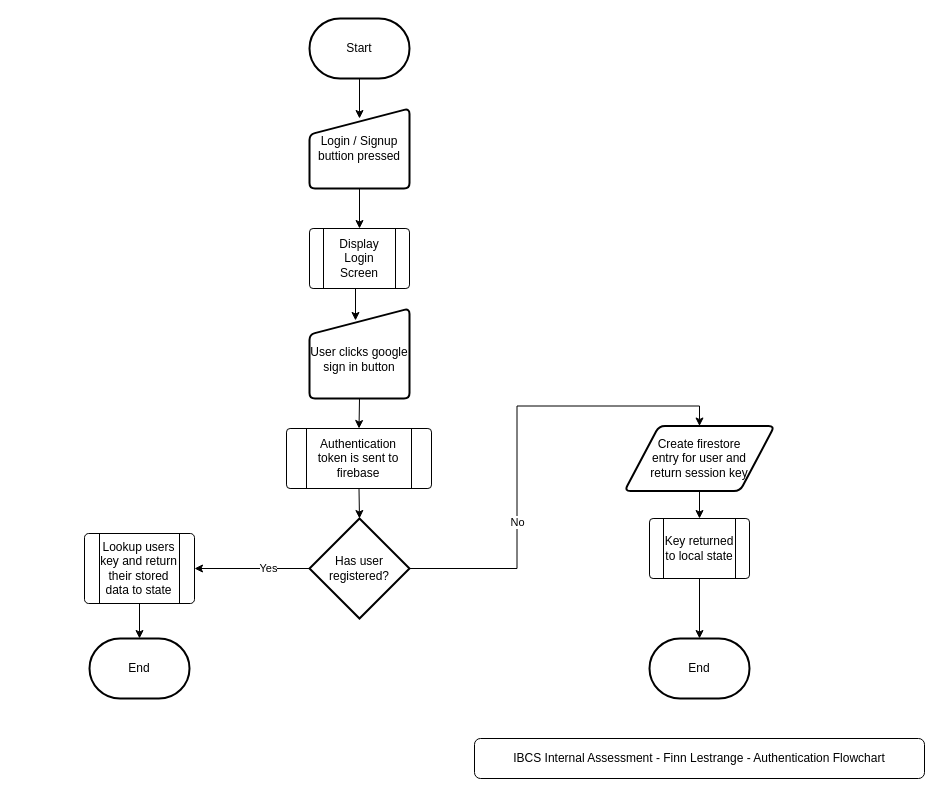
Earlier version of the draw.io diagram Diagrams and Flowcharts/Authentication.drawio (71xn/ibcs-ia). Source tidied: cells renumbered, new cells numbered last; positions are measured from the earlier drawing's top-left corner, leaving out a move shared by most shapes. Both pictures are drawn from the tidied source at 100%, with x=0, y=0 at pixel (84, 18).
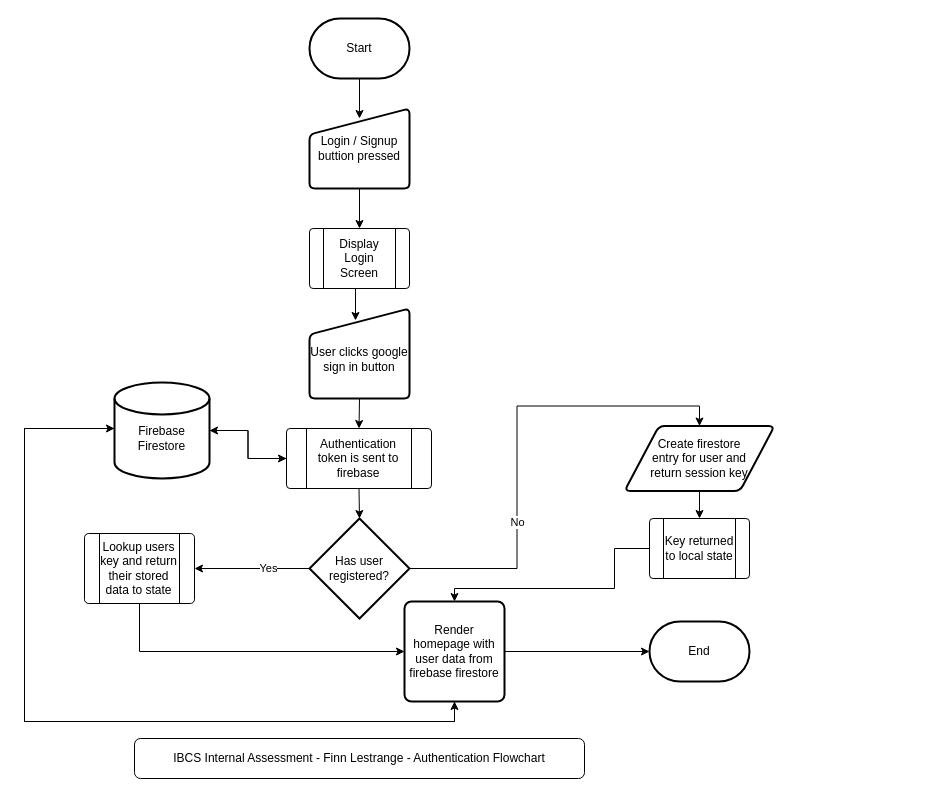
Above is the later version.

The change refers to these unchanged cells:
```xml
<mxCell id="12" value="Authentication token is sent to firebase" style="verticalLabelPosition=middle;verticalAlign=middle;html=1;shape=process;whiteSpace=wrap;rounded=1;size=0.14;arcSize=6;labelPosition=center;align=center;" parent="1" vertex="1">
  <mxGeometry x="202" y="410" width="145" height="60" as="geometry" />
</mxCell>
<mxCell id="21" value="Key returned to local state" style="verticalLabelPosition=middle;verticalAlign=middle;html=1;shape=process;whiteSpace=wrap;rounded=1;size=0.14;arcSize=6;labelPosition=center;align=center;" parent="1" vertex="1">
  <mxGeometry x="565" y="500" width="100" height="60" as="geometry" />
</mxCell>
<mxCell id="24" value="Lookup users key and return their stored data to state" style="verticalLabelPosition=middle;verticalAlign=middle;html=1;shape=process;whiteSpace=wrap;rounded=1;size=0.14;arcSize=6;labelPosition=center;align=center;" parent="1" vertex="1">
  <mxGeometry y="515" width="110" height="70" as="geometry" />
</mxCell>
```

The edit, as a diff of the source:
```diff
@@
     <mxCell id="2" value="IBCS Internal Assessment - Finn Lestrange - Authentication Flowchart" style="rounded=1;whiteSpace=wrap;html=1;" parent="1" vertex="1">
-      <mxGeometry x="390" y="720" width="450" height="40" as="geometry" />
+      <mxGeometry x="50" y="720" width="450" height="40" as="geometry" />
     </mxCell>
@@
+    <mxCell id="26" style="edgeStyle=orthogonalEdgeStyle;rounded=0;jettySize=auto;html=1;exitX=0;exitY=0.5;exitDx=0;exitDy=0;entryX=1;entryY=0.5;entryDx=0;entryDy=0;entryPerimeter=0;" parent="1" edge="1" source="12" target="30">
+      <mxGeometry relative="1" as="geometry" />
+    </mxCell>
@@
-    <mxCell id="20" style="edgeStyle=orthogonalEdgeStyle;rounded=0;jettySize=auto;html=1;exitX=0.5;exitY=1;exitDx=0;exitDy=0;entryX=0.5;entryY=0;entryDx=0;entryDy=0;entryPerimeter=0;" parent="1" edge="1" source="21" target="22">
-      <mxGeometry relative="1" as="geometry" />
-    </mxCell>
+    <mxCell id="27" style="edgeStyle=orthogonalEdgeStyle;rounded=0;jettySize=auto;html=1;exitX=0;exitY=0.5;exitDx=0;exitDy=0;entryX=0.5;entryY=0;entryDx=0;entryDy=0;" parent="1" edge="1" source="21" target="33">
+      <mxGeometry relative="1" as="geometry">
+        <Array as="points">
+          <mxPoint x="530" y="530" />
+          <mxPoint x="530" y="570" />
+          <mxPoint x="370" y="570" />
+        </Array>
+      </mxGeometry>
+    </mxCell>
@@
     <mxCell id="22" value="End" style="strokeWidth=2;html=1;shape=mxgraph.flowchart.terminator;whiteSpace=wrap;" parent="1" vertex="1">
-      <mxGeometry x="565" y="620" width="100" height="60" as="geometry" />
+      <mxGeometry x="565" y="603" width="100" height="60" as="geometry" />
     </mxCell>
-    <mxCell id="23" style="edgeStyle=orthogonalEdgeStyle;rounded=0;jettySize=auto;html=1;exitX=0.5;exitY=1;exitDx=0;exitDy=0;entryX=0.5;entryY=0;entryDx=0;entryDy=0;entryPerimeter=0;" parent="1" edge="1" source="24" target="25">
+    <mxCell id="23" style="edgeStyle=orthogonalEdgeStyle;rounded=0;jettySize=auto;html=1;exitX=0.5;exitY=1;exitDx=0;exitDy=0;entryX=0;entryY=0.5;entryDx=0;entryDy=0;" parent="1" edge="1" source="24" target="33">
       <mxGeometry relative="1" as="geometry" />
     </mxCell>
@@
-    <mxCell id="25" value="End" style="strokeWidth=2;html=1;shape=mxgraph.flowchart.terminator;whiteSpace=wrap;" parent="1" vertex="1">
-      <mxGeometry x="5" y="620" width="100" height="60" as="geometry" />
-    </mxCell>
+    <mxCell id="28" style="edgeStyle=orthogonalEdgeStyle;rounded=0;jettySize=auto;html=1;exitX=1;exitY=0.5;exitDx=0;exitDy=0;exitPerimeter=0;entryX=0;entryY=0.5;entryDx=0;entryDy=0;" parent="1" edge="1" source="30" target="12">
+      <mxGeometry relative="1" as="geometry" />
+    </mxCell>
+    <mxCell id="29" style="edgeStyle=orthogonalEdgeStyle;rounded=0;jettySize=auto;html=1;entryX=0.5;entryY=1;entryDx=0;entryDy=0;" parent="1" edge="1" source="30" target="33">
+      <mxGeometry relative="1" as="geometry">
+        <Array as="points">
+          <mxPoint x="-60" y="410" />
+          <mxPoint x="-60" y="703" />
+          <mxPoint x="370" y="703" />
+        </Array>
+      </mxGeometry>
+    </mxCell>
+    <mxCell id="30" value="Firebase&lt;br&gt;Firestore" style="strokeWidth=2;html=1;shape=mxgraph.flowchart.database;whiteSpace=wrap;spacingTop=15;" parent="1" vertex="1">
+      <mxGeometry x="30" y="364" width="95" height="96" as="geometry" />
+    </mxCell>
+    <mxCell id="31" style="edgeStyle=orthogonalEdgeStyle;rounded=0;jettySize=auto;html=1;exitX=0.5;exitY=1;exitDx=0;exitDy=0;entryX=0;entryY=0.479;entryDx=0;entryDy=0;entryPerimeter=0;" parent="1" edge="1" source="33" target="30">
+      <mxGeometry relative="1" as="geometry">
+        <Array as="points">
+          <mxPoint x="370" y="703" />
+          <mxPoint x="-60" y="703" />
+          <mxPoint x="-60" y="410" />
+        </Array>
+      </mxGeometry>
+    </mxCell>
+    <mxCell id="32" style="edgeStyle=orthogonalEdgeStyle;rounded=0;jettySize=auto;html=1;exitX=1;exitY=0.5;exitDx=0;exitDy=0;entryX=0;entryY=0.5;entryDx=0;entryDy=0;entryPerimeter=0;" parent="1" edge="1" source="33" target="22">
+      <mxGeometry relative="1" as="geometry" />
+    </mxCell>
+    <mxCell id="33" value="Render homepage with user data from firebase firestore" style="rounded=1;whiteSpace=wrap;html=1;absoluteArcSize=1;arcSize=14;strokeWidth=2;" parent="1" vertex="1">
+      <mxGeometry x="320" y="583" width="100" height="100" as="geometry" />
+    </mxCell>
```
